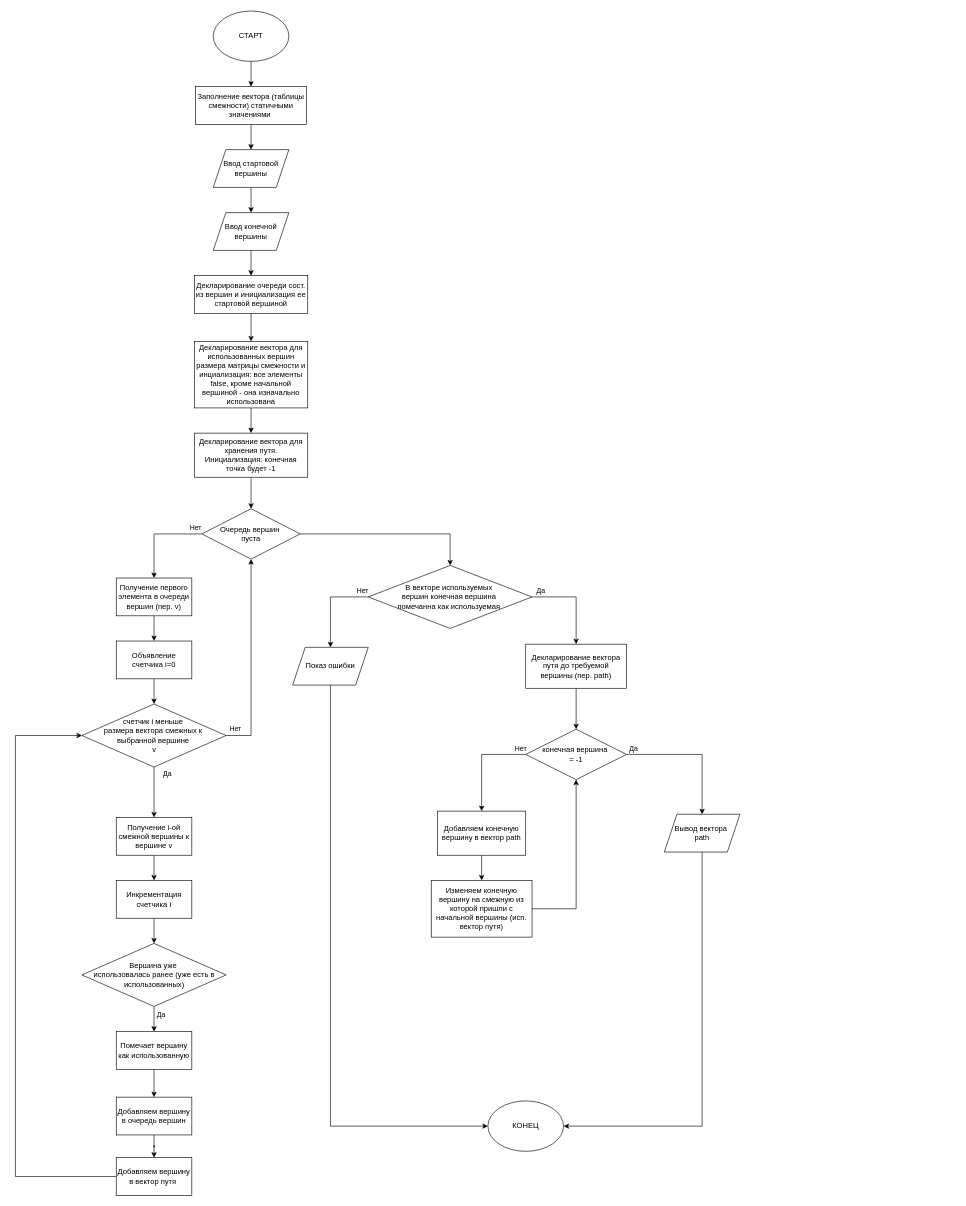
Above: 1.drawio in Calrission/MIIGAIK-Algorithmization (draw.io), before the change. Source tidied: cells renumbered, new cells numbered last; positions are measured from the earlier drawing's top-left corner, leaving out a move shared by most shapes. Both pictures are drawn from the tidied source at 63%, with x=0, y=0 at pixel (15, 11).
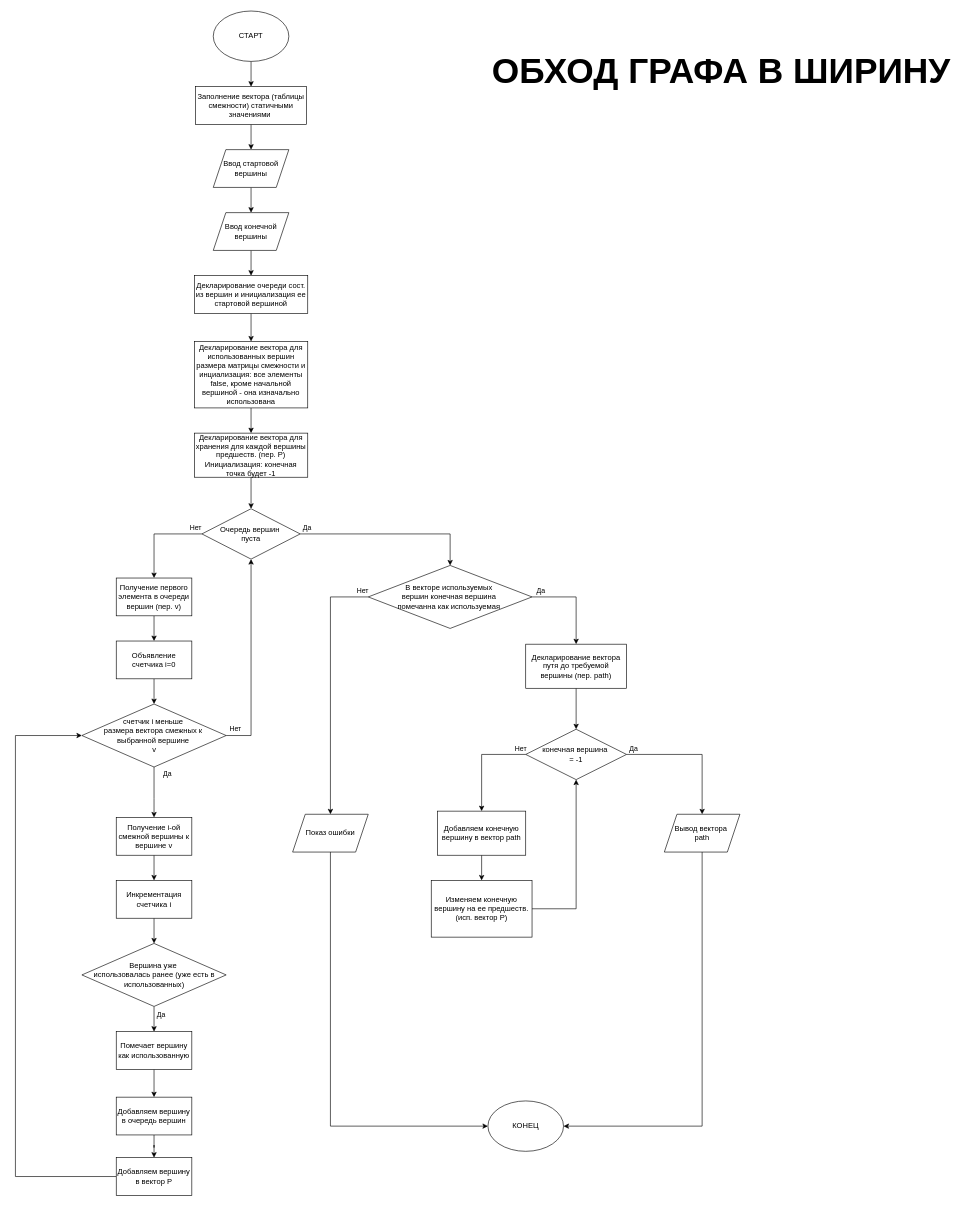
The same diagram, later.

The change refers to these unchanged cells:
```xml
<mxCell id="18" style="edgeStyle=orthogonalEdgeStyle;rounded=0;jettySize=auto;html=1;entryX=0.5;entryY=0;entryDx=0;entryDy=0;" parent="1" edge="1" source="19" target="46">
  <mxGeometry relative="1" as="geometry" />
</mxCell>
<mxCell id="46" value="В векторе используемых&amp;nbsp;&lt;div&gt;вершин конечная вершина&amp;nbsp;&lt;/div&gt;&lt;div&gt;помечанна как используемая&amp;nbsp;&lt;/div&gt;" style="rhombus;whiteSpace=wrap;html=1;" parent="1" vertex="1">
  <mxGeometry x="560" y="880" width="260" height="100" as="geometry" />
</mxCell>
```

Diff of the diagram source:
```diff
@@
-    <mxCell id="15" value="Декларирование вектора для хранения путя. Инициализация: конечная точка будет -1" style="rounded=0;whiteSpace=wrap;html=1;" parent="1" vertex="1">
+    <mxCell id="15" value="Декларирование вектора для хранения для каждой вершины предшеств. (пер. P) Инициализация: конечная точка будет -1" style="rounded=0;whiteSpace=wrap;html=1;" parent="1" vertex="1">
       <mxGeometry x="284" y="670" width="180" height="70" as="geometry" />
     </mxCell>
@@
+    <mxCell id="63" value="Да" style="edgeLabel;html=1;align=center;verticalAlign=middle;" parent="18" vertex="1">
+      <mxGeometry x="-0.88" relative="1" as="geometry">
+        <mxPoint x="-7" y="-10" as="offset" />
+      </mxGeometry>
+    </mxCell>
@@
-    <mxCell id="41" value="Добавляем вершину в вектор путя&amp;nbsp;" style="rounded=0;whiteSpace=wrap;html=1;" parent="1" vertex="1">
+    <mxCell id="41" value="Добавляем вершину в вектор P" style="rounded=0;whiteSpace=wrap;html=1;" parent="1" vertex="1">
       <mxGeometry x="160" y="1820" width="120" height="60" as="geometry" />
     </mxCell>
-    <mxCell id="42" style="edgeStyle=orthogonalEdgeStyle;rounded=0;jettySize=auto;html=1;entryX=0.5;entryY=0;entryDx=0;entryDy=0;" parent="1" edge="1" source="46">
+    <mxCell id="42" style="edgeStyle=orthogonalEdgeStyle;rounded=0;jettySize=auto;html=1;entryX=0.5;entryY=0;entryDx=0;entryDy=0;" parent="1" edge="1" source="46" target="48">
       <mxGeometry relative="1" as="geometry">
-        <mxPoint x="500" y="1010" as="targetPoint" />
         <Array as="points">
           <mxPoint x="500" y="930" />
         </Array>
       </mxGeometry>
     </mxCell>
     <mxCell id="43" value="Нет" style="edgeLabel;html=1;align=center;verticalAlign=middle;" parent="42" vertex="1">
       <mxGeometry x="-0.64" relative="1" as="geometry">
-        <mxPoint x="15" y="-10" as="offset" />
+        <mxPoint x="50" y="-23" as="offset" />
       </mxGeometry>
     </mxCell>
@@
     <mxCell id="48" value="Показ ошибки" style="shape=parallelogram;perimeter=parallelogramPerimeter;whiteSpace=wrap;html=1;fixedSize=1;" parent="1" vertex="1">
-      <mxGeometry x="440" y="1010" width="120" height="60" as="geometry" />
+      <mxGeometry x="440" y="1275" width="120" height="60" as="geometry" />
     </mxCell>
@@
-    <mxCell id="59" value="Изменяем конечную вершину на смежную из которой пришли с начальной вершины (исп. вектор путя)" style="rounded=0;whiteSpace=wrap;html=1;" parent="1" vertex="1">
+    <mxCell id="59" value="Изменяем конечную вершину на ее предшеств. (исп. вектор P)" style="rounded=0;whiteSpace=wrap;html=1;" parent="1" vertex="1">
       <mxGeometry x="660" y="1380" width="160" height="90" as="geometry" />
     </mxCell>
@@
+    <mxCell id="64" value="ОБХОД ГРАФА В ШИРИНУ" style="text;html=1;align=center;verticalAlign=middle;whiteSpace=wrap;rounded=0;fontSize=56;fontStyle=1;" parent="1" vertex="1">
+      <mxGeometry x="750" y="80" width="741" height="30" as="geometry" />
+    </mxCell>
```
